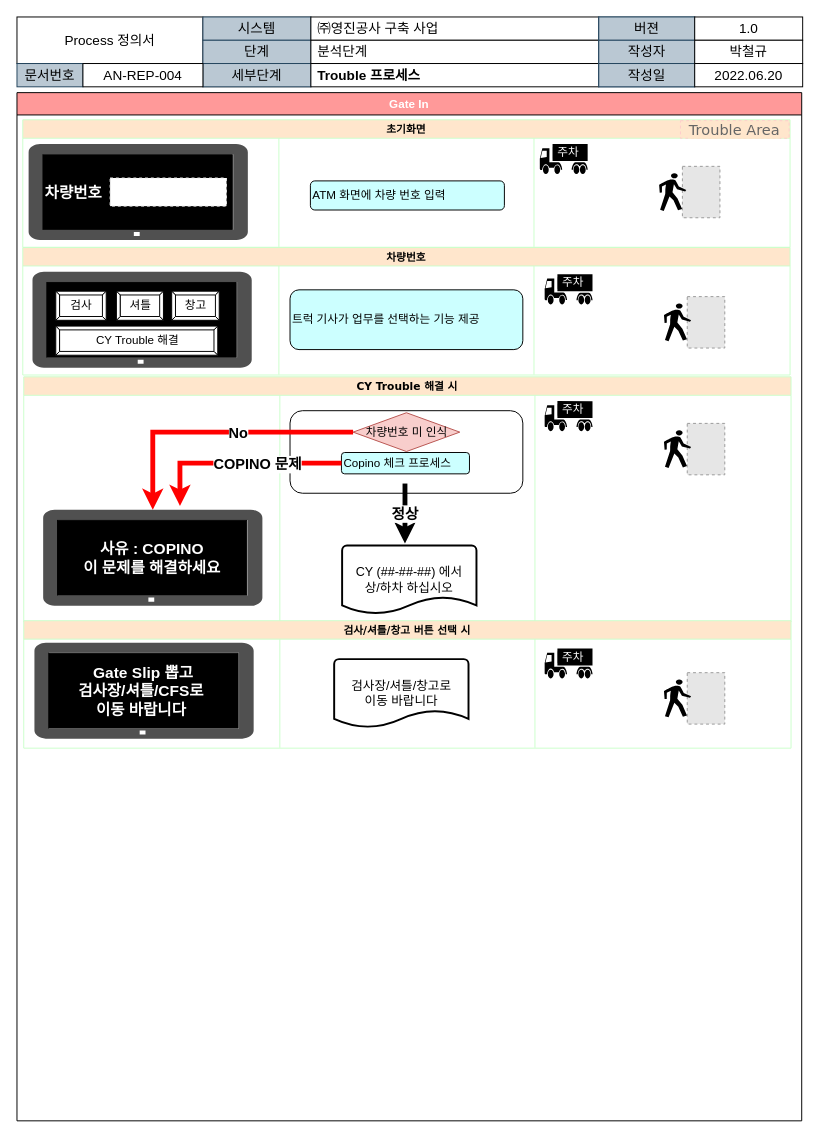
This is page "Trouble (화면)" (4 of 4) of 산출물/프로세스 명세서.drawio from yabadadu/-, a draw.io file, before an edit. Source tidied: cells renumbered, new cells numbered last; positions are measured from the earlier drawing's top-left corner, leaving out a move shared by most shapes. Both pictures are drawn from the tidied source at 97%, with x=0, y=0 at pixel (16, 16). Pictures stored in the file or linked from it are replaced by grey dashed boxes.
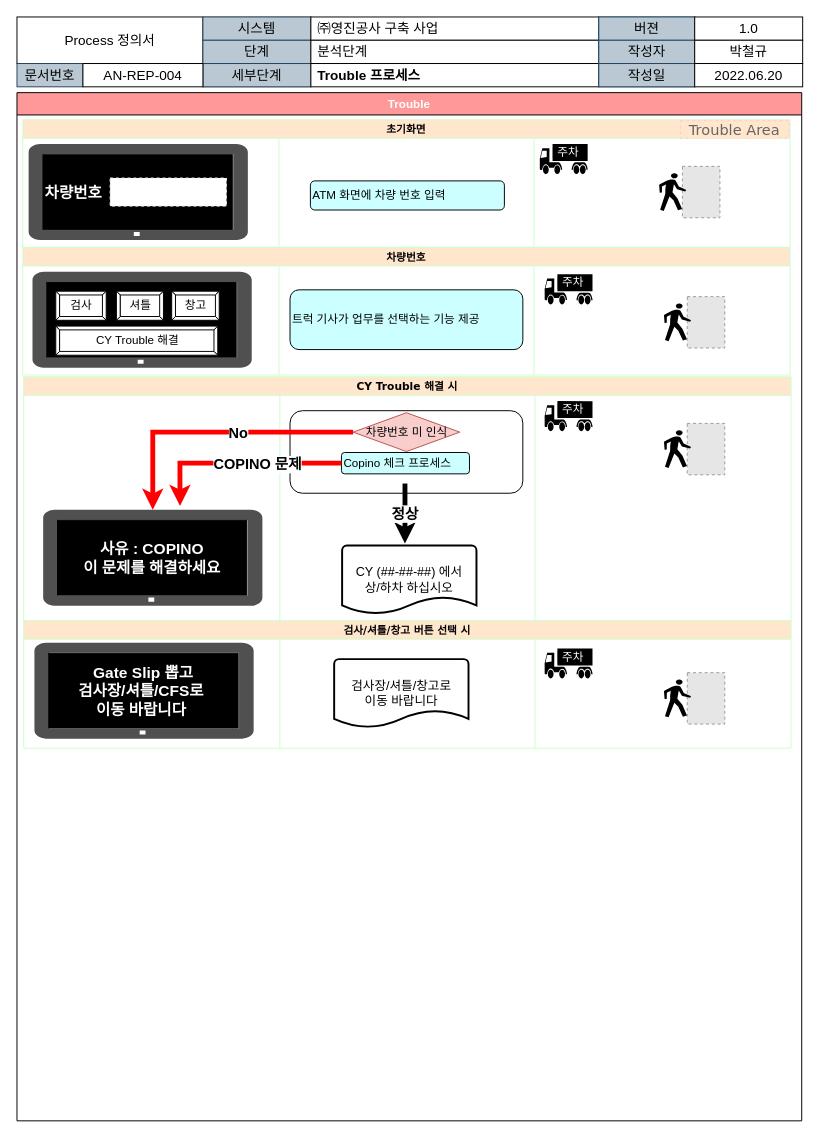
Above is the later version.

Diff of the diagram source:
```diff
@@
-    <mxCell id="2" value="Gate In" style="swimlane;fillColor=#FF9999;fontColor=#FFFFFF;" parent="1" vertex="1">
+    <mxCell id="2" value="Trouble" style="swimlane;fillColor=#FF9999;fontColor=#FFFFFF;startSize=23;" parent="1" vertex="1">
       <mxGeometry y="78" width="809" height="1060" as="geometry" />
     </mxCell>
```
